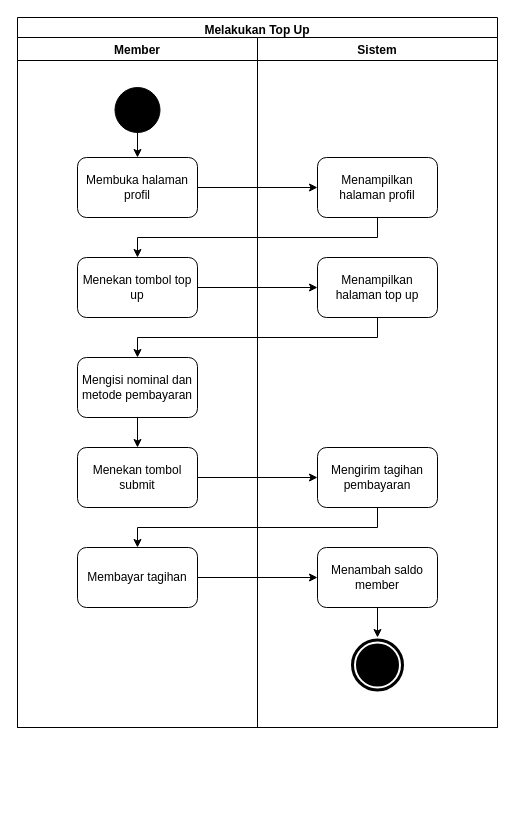
Before: Diagram/Activity Diagram/13. melakukan top up.drawio in techie-jhs/thesis, a draw.io diagram. Source tidied: cells renumbered, new cells numbered last; positions are measured from the earlier drawing's top-left corner, leaving out a move shared by most shapes. Both pictures are drawn from the tidied source at 100%, with x=0, y=0 at pixel (17, 17).
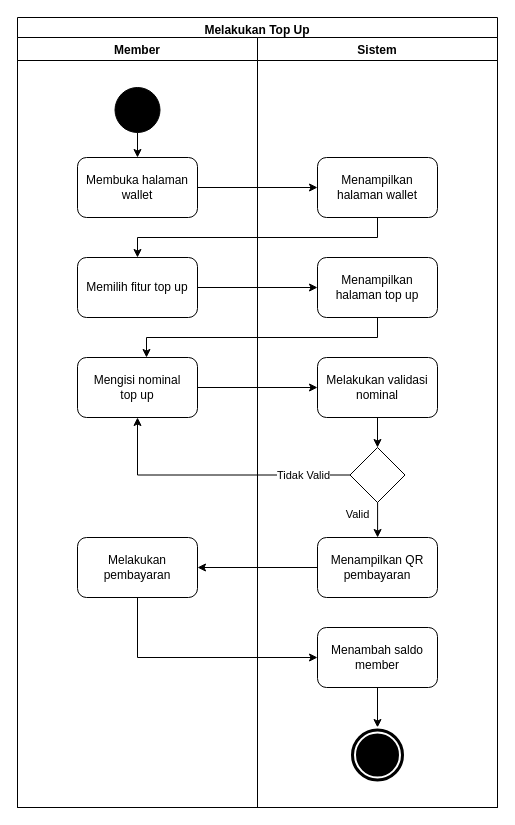
After the change.

Unchanged cells that the change refers to:
```xml
<mxCell id="16" value="Menampilkan halaman top up" style="rounded=1;whiteSpace=wrap;html=1;fillColor=none;" parent="12" vertex="1">
  <mxGeometry x="60" y="220" width="120" height="60" as="geometry" />
</mxCell>
```

The edit, as a diff of the source:
```diff
@@
     <mxCell id="2" value="Melakukan Top Up" style="swimlane;fillColor=none;" parent="1" vertex="1">
-      <mxGeometry width="480" height="710" as="geometry" />
+      <mxGeometry width="480" height="790" as="geometry" />
     </mxCell>
     <mxCell id="3" value="Member" style="swimlane;" parent="2" vertex="1">
-      <mxGeometry y="20" width="240" height="690" as="geometry" />
+      <mxGeometry y="20" width="240" height="770" as="geometry" />
     </mxCell>
@@
-    <mxCell id="6" value="Membuka halaman profil" style="rounded=1;whiteSpace=wrap;html=1;fillColor=none;" parent="3" vertex="1">
+    <mxCell id="6" value="Membuka halaman wallet" style="rounded=1;whiteSpace=wrap;html=1;fillColor=none;" parent="3" vertex="1">
       <mxGeometry x="60" y="120" width="120" height="60" as="geometry" />
     </mxCell>
-    <mxCell id="7" value="Menekan tombol top up" style="rounded=1;whiteSpace=wrap;html=1;fillColor=none;" parent="3" vertex="1">
+    <mxCell id="7" value="Memilih fitur top up" style="rounded=1;whiteSpace=wrap;html=1;fillColor=none;" parent="3" vertex="1">
       <mxGeometry x="60" y="220" width="120" height="60" as="geometry" />
     </mxCell>
-    <mxCell id="8" style="edgeStyle=orthogonalEdgeStyle;rounded=0;jettySize=auto;html=1;" parent="3" edge="1" source="9" target="10">
-      <mxGeometry relative="1" as="geometry" />
-    </mxCell>
-    <mxCell id="9" value="Mengisi nominal dan metode pembayaran" style="rounded=1;whiteSpace=wrap;html=1;fillColor=none;" parent="3" vertex="1">
-      <mxGeometry x="60" y="320" width="120" height="60" as="geometry" />
-    </mxCell>
-    <mxCell id="10" value="Menekan tombol submit" style="rounded=1;whiteSpace=wrap;html=1;fillColor=none;" parent="3" vertex="1">
-      <mxGeometry x="60" y="410" width="120" height="60" as="geometry" />
-    </mxCell>
-    <mxCell id="11" value="Membayar tagihan" style="rounded=1;whiteSpace=wrap;html=1;fillColor=none;" parent="3" vertex="1">
-      <mxGeometry x="60" y="510" width="120" height="60" as="geometry" />
-    </mxCell>
+    <mxCell id="26" value="&lt;span&gt;Mengisi nominal&lt;br&gt;top up&lt;/span&gt;" style="rounded=1;whiteSpace=wrap;html=1;fillColor=none;" parent="3" vertex="1">
+      <mxGeometry x="60" y="320" width="120" height="60" as="geometry" />
+    </mxCell>
+    <mxCell id="27" value="Melakukan pembayaran" style="rounded=1;whiteSpace=wrap;html=1;fillColor=none;" parent="3" vertex="1">
+      <mxGeometry x="60" y="500" width="120" height="60" as="geometry" />
+    </mxCell>
     <mxCell id="12" value="Sistem" style="swimlane;" parent="2" vertex="1">
-      <mxGeometry x="240" y="20" width="240" height="690" as="geometry" />
+      <mxGeometry x="240" y="20" width="240" height="770" as="geometry" />
     </mxCell>
-    <mxCell id="13" value="Menampilkan halaman profil" style="rounded=1;whiteSpace=wrap;html=1;fillColor=none;" parent="12" vertex="1">
+    <mxCell id="13" value="Menampilkan halaman wallet" style="rounded=1;whiteSpace=wrap;html=1;fillColor=none;" parent="12" vertex="1">
       <mxGeometry x="60" y="120" width="120" height="60" as="geometry" />
     </mxCell>
-    <mxCell id="14" value="Mengirim tagihan pembayaran" style="rounded=1;whiteSpace=wrap;html=1;fillColor=none;" parent="12" vertex="1">
-      <mxGeometry x="60" y="410" width="120" height="60" as="geometry" />
-    </mxCell>
-    <mxCell id="15" style="ellipse;shape=doubleEllipse;whiteSpace=wrap;html=1;fillColor=#000000;strokeColor=#FFFFFF;strokeWidth=2;" parent="12" vertex="1">
-      <mxGeometry x="92.5" y="600" width="55" height="55" as="geometry" />
-    </mxCell>
@@
+    <mxCell id="28" value="Melakukan validasi nominal" style="rounded=1;whiteSpace=wrap;html=1;fillColor=none;" parent="12" vertex="1">
+      <mxGeometry x="60" y="320" width="120" height="60" as="geometry" />
+    </mxCell>
+    <mxCell id="29" value="Valid" style="edgeStyle=orthogonalEdgeStyle;rounded=0;orthogonalLoop=1;jettySize=auto;html=1;" parent="12" edge="1">
+      <mxGeometry x="-0.33" y="-20" relative="1" as="geometry">
+        <mxPoint x="120.1" y="464.9" as="sourcePoint" />
+        <mxPoint x="120.1" y="500" as="targetPoint" />
+      </mxGeometry>
+    </mxCell>
+    <mxCell id="30" style="rhombus;whiteSpace=wrap;html=1;fillColor=none;" parent="12" vertex="1">
+      <mxGeometry x="92.5" y="410" width="55" height="55" as="geometry" />
+    </mxCell>
+    <mxCell id="31" value="Menampilkan QR pembayaran" style="rounded=1;whiteSpace=wrap;html=1;fillColor=none;" parent="12" vertex="1">
+      <mxGeometry x="60" y="500" width="120" height="60" as="geometry" />
+    </mxCell>
+    <mxCell id="32" style="edgeStyle=orthogonalEdgeStyle;rounded=0;jettySize=auto;html=1;" parent="12" edge="1" source="28" target="30">
+      <mxGeometry relative="1" as="geometry" />
+    </mxCell>
@@
     <mxCell id="18" value="Menambah saldo member" style="rounded=1;whiteSpace=wrap;html=1;fillColor=none;" parent="12" vertex="1">
-      <mxGeometry x="60" y="510" width="120" height="60" as="geometry" />
+      <mxGeometry x="60" y="590" width="120" height="60" as="geometry" />
     </mxCell>
+    <mxCell id="15" style="ellipse;shape=doubleEllipse;whiteSpace=wrap;html=1;fillColor=#000000;strokeColor=#FFFFFF;strokeWidth=2;" parent="12" vertex="1">
+      <mxGeometry x="92.5" y="690" width="55" height="55" as="geometry" />
+    </mxCell>
@@
-    <mxCell id="22" style="edgeStyle=orthogonalEdgeStyle;rounded=0;jettySize=auto;html=1;" parent="2" edge="1" source="16" target="9">
-      <mxGeometry relative="1" as="geometry">
-        <Array as="points">
-          <mxPoint x="360" y="320" />
-          <mxPoint x="120" y="320" />
-        </Array>
-      </mxGeometry>
-    </mxCell>
-    <mxCell id="23" style="edgeStyle=orthogonalEdgeStyle;rounded=0;jettySize=auto;html=1;" parent="2" edge="1" source="10" target="14">
-      <mxGeometry relative="1" as="geometry" />
-    </mxCell>
-    <mxCell id="24" style="edgeStyle=orthogonalEdgeStyle;rounded=0;jettySize=auto;html=1;" parent="2" edge="1" source="14" target="11">
-      <mxGeometry relative="1" as="geometry">
-        <Array as="points">
-          <mxPoint x="360" y="510" />
-          <mxPoint x="120" y="510" />
-        </Array>
-      </mxGeometry>
-    </mxCell>
-    <mxCell id="25" style="edgeStyle=orthogonalEdgeStyle;rounded=0;jettySize=auto;html=1;" parent="2" edge="1" source="11" target="18">
-      <mxGeometry relative="1" as="geometry" />
-    </mxCell>
+    <mxCell id="33" style="edgeStyle=orthogonalEdgeStyle;rounded=0;jettySize=auto;html=1;exitX=0;exitY=0.5;exitDx=0;exitDy=0;entryX=0.5;entryY=1;entryDx=0;entryDy=0;" parent="2" edge="1" source="30" target="26">
+      <mxGeometry relative="1" as="geometry" />
+    </mxCell>
+    <mxCell id="34" value="Tidak Valid" style="edgeLabel;html=1;align=center;verticalAlign=middle;" parent="33" vertex="1">
+      <mxGeometry x="-0.51" relative="1" as="geometry">
+        <mxPoint x="19" as="offset" />
+      </mxGeometry>
+    </mxCell>
+    <mxCell id="35" style="edgeStyle=orthogonalEdgeStyle;rounded=0;jettySize=auto;html=1;entryX=0;entryY=0.5;entryDx=0;entryDy=0;" parent="2" edge="1" source="26" target="28">
+      <mxGeometry relative="1" as="geometry" />
+    </mxCell>
+    <mxCell id="36" style="edgeStyle=orthogonalEdgeStyle;rounded=0;jettySize=auto;html=1;" parent="2" edge="1" source="16" target="26">
+      <mxGeometry relative="1" as="geometry">
+        <Array as="points">
+          <mxPoint x="360" y="320" />
+          <mxPoint x="129" y="320" />
+        </Array>
+      </mxGeometry>
+    </mxCell>
+    <mxCell id="37" style="edgeStyle=orthogonalEdgeStyle;rounded=0;jettySize=auto;html=1;" parent="2" edge="1" source="31" target="27">
+      <mxGeometry relative="1" as="geometry" />
+    </mxCell>
+    <mxCell id="38" style="edgeStyle=orthogonalEdgeStyle;rounded=0;jettySize=auto;html=1;entryX=0;entryY=0.5;entryDx=0;entryDy=0;" parent="2" edge="1" source="27" target="18">
+      <mxGeometry relative="1" as="geometry">
+        <Array as="points">
+          <mxPoint x="120" y="640" />
+        </Array>
+      </mxGeometry>
+    </mxCell>
```
